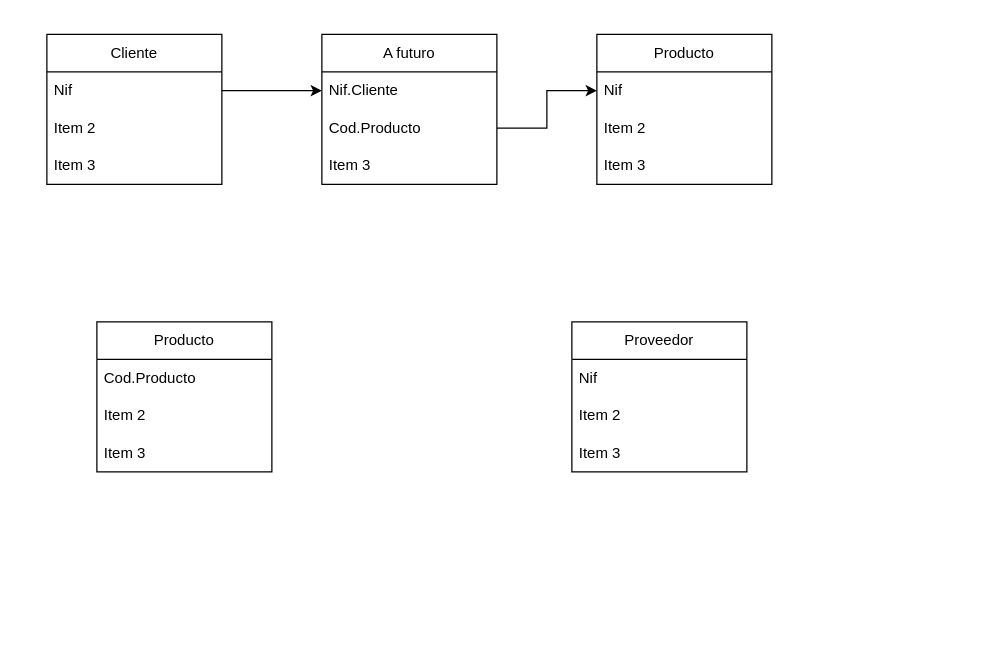
aaronalvrod/base-de-datos keeps this draw.io diagram as base de datos/Diagrama sin título.drawio. Above is the earlier version. Source tidied: cells renumbered, new cells numbered last; positions are measured from the earlier drawing's top-left corner, leaving out a move shared by most shapes. Both pictures are drawn from the tidied source at 125%, with x=0, y=0 at pixel (46, 34).
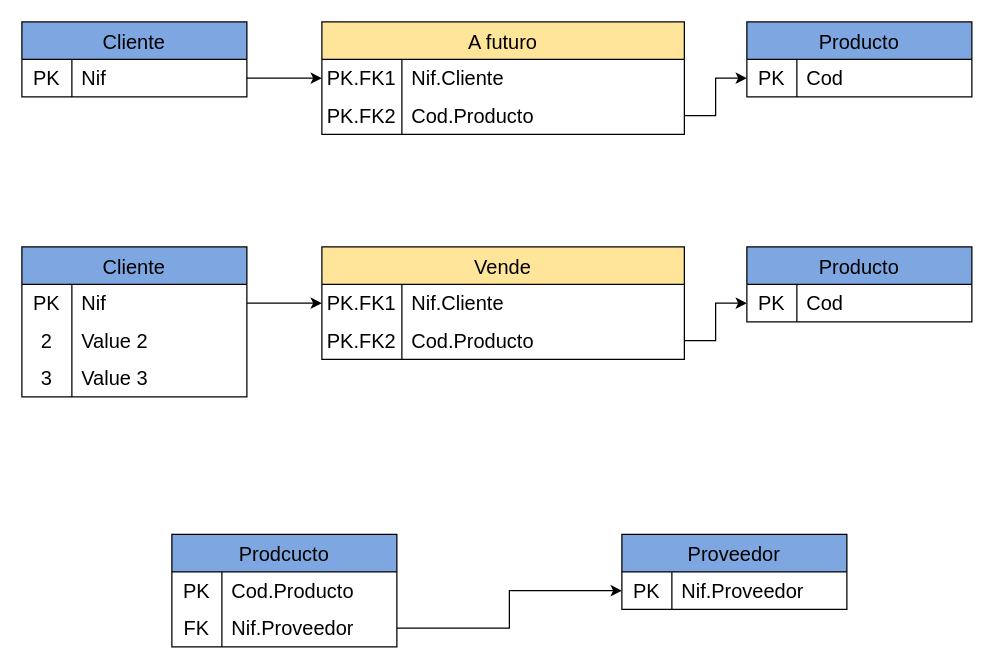
After the change.

Commit message:
Ej_empresa_comrpa_venta

What changed in the source:
```diff
@@
-    <mxCell id="2" value="Cliente" style="swimlane;fontStyle=0;horizontal=1;startSize=30;whiteSpace=wrap;html=1;" parent="1" vertex="1">
-      <mxGeometry width="140" height="120" as="geometry" />
-    </mxCell>
-    <mxCell id="3" value="Nif" style="text;strokeColor=none;fillColor=none;align=left;verticalAlign=middle;spacingLeft=4;spacingRight=4;overflow=hidden;points=[[0,0.5],[1,0.5]];portConstraint=eastwest;whiteSpace=wrap;html=1;" parent="2" vertex="1">
-      <mxGeometry y="30" width="140" height="30" as="geometry" />
-    </mxCell>
-    <mxCell id="4" value="Item 2" style="text;strokeColor=none;fillColor=none;align=left;verticalAlign=middle;spacingLeft=4;spacingRight=4;overflow=hidden;whiteSpace=wrap;html=1;" parent="2" vertex="1">
-      <mxGeometry y="60" width="140" height="30" as="geometry" />
-    </mxCell>
-    <mxCell id="5" value="Item 3" style="text;strokeColor=none;fillColor=none;align=left;verticalAlign=middle;spacingLeft=4;spacingRight=4;overflow=hidden;whiteSpace=wrap;html=1;" parent="2" vertex="1">
-      <mxGeometry y="90" width="140" height="30" as="geometry" />
-    </mxCell>
-    <mxCell id="6" value="Producto" style="swimlane;fontStyle=0;horizontal=1;startSize=30;whiteSpace=wrap;html=1;" parent="1" vertex="1">
-      <mxGeometry x="440" width="140" height="120" as="geometry" />
-    </mxCell>
-    <mxCell id="7" value="Nif" style="text;strokeColor=none;fillColor=none;align=left;verticalAlign=middle;spacingLeft=4;spacingRight=4;overflow=hidden;points=[[0,0.5],[1,0.5]];portConstraint=eastwest;whiteSpace=wrap;html=1;" parent="6" vertex="1">
-      <mxGeometry y="30" width="140" height="30" as="geometry" />
-    </mxCell>
-    <mxCell id="8" value="Item 2" style="text;strokeColor=none;fillColor=none;align=left;verticalAlign=middle;spacingLeft=4;spacingRight=4;overflow=hidden;whiteSpace=wrap;html=1;" parent="6" vertex="1">
-      <mxGeometry y="60" width="140" height="30" as="geometry" />
-    </mxCell>
-    <mxCell id="9" value="Item 3" style="text;strokeColor=none;fillColor=none;align=left;verticalAlign=middle;spacingLeft=4;spacingRight=4;overflow=hidden;whiteSpace=wrap;html=1;" parent="6" vertex="1">
-      <mxGeometry y="90" width="140" height="30" as="geometry" />
-    </mxCell>
+    <mxCell id="24" value="Cliente" style="shape=table;startSize=30;childLayout=tableLayout;rowLines=0;fontStyle=0;strokeColor=default;fontSize=16;fillColor=#7EA6E0;" parent="1" vertex="1">
+      <mxGeometry x="-20" y="-10" width="180" height="60" as="geometry" />
+    </mxCell>
+    <mxCell id="25" style="shape=tableRow;horizontal=0;startSize=0;swimlaneHead=0;swimlaneBody=0;top=0;left=0;bottom=0;right=0;fillColor=none;points=[[0,0.5],[1,0.5]];portConstraint=eastwest;strokeColor=inherit;fontSize=16;" parent="24" vertex="1">
+      <mxGeometry y="30" width="180" height="30" as="geometry" />
+    </mxCell>
+    <mxCell id="26" value="PK" style="shape=partialRectangle;html=1;whiteSpace=wrap;fillColor=none;top=0;left=0;bottom=0;right=0;overflow=hidden;strokeColor=inherit;fontSize=16;" parent="25" vertex="1">
+      <mxGeometry width="40" height="30" as="geometry" />
+    </mxCell>
+    <mxCell id="27" value="Nif" style="shape=partialRectangle;html=1;whiteSpace=wrap;fillColor=none;top=0;left=0;bottom=0;right=0;align=left;spacingLeft=6;overflow=hidden;strokeColor=inherit;fontSize=16;" parent="25" vertex="1">
+      <mxGeometry x="40" width="140" height="30" as="geometry" />
+    </mxCell>
-    <mxCell id="10" value="A futuro" style="swimlane;fontStyle=0;horizontal=1;startSize=30;whiteSpace=wrap;html=1;" parent="1" vertex="1">
-      <mxGeometry x="220" width="140" height="120" as="geometry" />
+    <mxCell id="10" value="A futuro" style="shape=table;startSize=30;childLayout=tableLayout;rowLines=0;fontStyle=0;strokeColor=default;fontSize=16;fillColor=#FFE599;" parent="1" vertex="1">
+      <mxGeometry x="220" y="-10" width="290" height="90" as="geometry" />
     </mxCell>
-    <mxCell id="11" value="Nif.Cliente" style="text;strokeColor=none;fillColor=none;align=left;verticalAlign=middle;spacingLeft=4;spacingRight=4;overflow=hidden;points=[[0,0.5],[1,0.5]];portConstraint=eastwest;whiteSpace=wrap;html=1;" parent="10" vertex="1">
-      <mxGeometry y="30" width="140" height="30" as="geometry" />
-    </mxCell>
-    <mxCell id="12" value="Cod.Producto" style="text;strokeColor=none;fillColor=none;align=left;verticalAlign=middle;spacingLeft=4;spacingRight=4;overflow=hidden;points=[[0,0.5],[1,0.5]];portConstraint=eastwest;whiteSpace=wrap;html=1;" parent="10" vertex="1">
-      <mxGeometry y="60" width="140" height="30" as="geometry" />
-    </mxCell>
-    <mxCell id="13" value="Item 3" style="text;strokeColor=none;fillColor=none;align=left;verticalAlign=middle;spacingLeft=4;spacingRight=4;overflow=hidden;whiteSpace=wrap;html=1;" parent="10" vertex="1">
-      <mxGeometry y="90" width="140" height="30" as="geometry" />
-    </mxCell>
-    <mxCell id="14" style="edgeStyle=orthogonalEdgeStyle;rounded=0;jettySize=auto;html=1;exitX=1;exitY=0.5;exitDx=0;exitDy=0;entryX=0;entryY=0.5;entryDx=0;entryDy=0;" parent="1" edge="1" source="3" target="11">
-      <mxGeometry relative="1" as="geometry" />
-    </mxCell>
-    <mxCell id="15" style="edgeStyle=orthogonalEdgeStyle;rounded=0;jettySize=auto;html=1;exitX=1;exitY=0.5;exitDx=0;exitDy=0;entryX=0;entryY=0.5;entryDx=0;entryDy=0;" parent="1" edge="1" source="12" target="7">
-      <mxGeometry relative="1" as="geometry" />
-    </mxCell>
-    <mxCell id="16" value="Producto" style="swimlane;fontStyle=0;horizontal=1;startSize=30;whiteSpace=wrap;html=1;" parent="1" vertex="1">
-      <mxGeometry x="40" y="230" width="140" height="120" as="geometry" />
-    </mxCell>
-    <mxCell id="17" value="Cod.Producto" style="text;strokeColor=none;fillColor=none;align=left;verticalAlign=middle;spacingLeft=4;spacingRight=4;overflow=hidden;whiteSpace=wrap;html=1;" parent="16" vertex="1">
-      <mxGeometry y="30" width="140" height="30" as="geometry" />
-    </mxCell>
-    <mxCell id="18" value="Item 2" style="text;strokeColor=none;fillColor=none;align=left;verticalAlign=middle;spacingLeft=4;spacingRight=4;overflow=hidden;whiteSpace=wrap;html=1;" parent="16" vertex="1">
-      <mxGeometry y="60" width="140" height="30" as="geometry" />
-    </mxCell>
-    <mxCell id="19" value="Item 3" style="text;strokeColor=none;fillColor=none;align=left;verticalAlign=middle;spacingLeft=4;spacingRight=4;overflow=hidden;whiteSpace=wrap;html=1;" parent="16" vertex="1">
-      <mxGeometry y="90" width="140" height="30" as="geometry" />
-    </mxCell>
+    <mxCell id="28" style="shape=tableRow;horizontal=0;startSize=0;swimlaneHead=0;swimlaneBody=0;top=0;left=0;bottom=0;right=0;fillColor=none;points=[[0,0.5],[1,0.5]];portConstraint=eastwest;strokeColor=inherit;fontSize=16;" parent="10" vertex="1">
+      <mxGeometry y="30" width="290" height="30" as="geometry" />
+    </mxCell>
+    <mxCell id="29" value="PK.FK1" style="shape=partialRectangle;html=1;whiteSpace=wrap;fillColor=none;top=0;left=0;bottom=0;right=0;overflow=hidden;strokeColor=inherit;fontSize=16;" parent="28" vertex="1">
+      <mxGeometry width="64" height="30" as="geometry" />
+    </mxCell>
+    <mxCell id="30" value="Nif.Cliente" style="shape=partialRectangle;html=1;whiteSpace=wrap;fillColor=none;top=0;left=0;bottom=0;right=0;align=left;spacingLeft=6;overflow=hidden;strokeColor=inherit;fontSize=16;" parent="28" vertex="1">
+      <mxGeometry x="64" width="226" height="30" as="geometry" />
+    </mxCell>
+    <mxCell id="31" style="shape=tableRow;horizontal=0;startSize=0;swimlaneHead=0;swimlaneBody=0;top=0;left=0;bottom=0;right=0;fillColor=none;points=[[0,0.5],[1,0.5]];portConstraint=eastwest;strokeColor=inherit;fontSize=16;" parent="10" vertex="1">
+      <mxGeometry y="60" width="290" height="30" as="geometry" />
+    </mxCell>
+    <mxCell id="32" value="PK.FK2" style="shape=partialRectangle;html=1;whiteSpace=wrap;fillColor=none;top=0;left=0;bottom=0;right=0;overflow=hidden;strokeColor=inherit;fontSize=16;" parent="31" vertex="1">
+      <mxGeometry width="64" height="30" as="geometry" />
+    </mxCell>
+    <mxCell id="33" value="Cod.Producto" style="shape=partialRectangle;html=1;whiteSpace=wrap;fillColor=none;top=0;left=0;bottom=0;right=0;align=left;spacingLeft=6;overflow=hidden;strokeColor=inherit;fontSize=16;" parent="31" vertex="1">
+      <mxGeometry x="64" width="226" height="30" as="geometry" />
+    </mxCell>
+    <mxCell id="34" value="Producto" style="shape=table;startSize=30;childLayout=tableLayout;rowLines=0;fontStyle=0;strokeColor=default;fontSize=16;fillColor=#7EA6E0;" parent="1" vertex="1">
+      <mxGeometry x="560" y="-10" width="180" height="60" as="geometry" />
+    </mxCell>
+    <mxCell id="35" style="shape=tableRow;horizontal=0;startSize=0;swimlaneHead=0;swimlaneBody=0;top=0;left=0;bottom=0;right=0;fillColor=none;points=[[0,0.5],[1,0.5]];portConstraint=eastwest;strokeColor=inherit;fontSize=16;" parent="34" vertex="1">
+      <mxGeometry y="30" width="180" height="30" as="geometry" />
+    </mxCell>
+    <mxCell id="36" value="PK" style="shape=partialRectangle;html=1;whiteSpace=wrap;fillColor=none;top=0;left=0;bottom=0;right=0;overflow=hidden;strokeColor=inherit;fontSize=16;" parent="35" vertex="1">
+      <mxGeometry width="40" height="30" as="geometry" />
+    </mxCell>
+    <mxCell id="37" value="Cod" style="shape=partialRectangle;html=1;whiteSpace=wrap;fillColor=none;top=0;left=0;bottom=0;right=0;align=left;spacingLeft=6;overflow=hidden;strokeColor=inherit;fontSize=16;" parent="35" vertex="1">
+      <mxGeometry x="40" width="140" height="30" as="geometry" />
+    </mxCell>
+    <mxCell id="38" style="edgeStyle=orthogonalEdgeStyle;rounded=0;jettySize=auto;html=1;exitX=1;exitY=0.5;exitDx=0;exitDy=0;entryX=0;entryY=0.5;entryDx=0;entryDy=0;" parent="1" edge="1" source="25" target="28">
+      <mxGeometry relative="1" as="geometry" />
+    </mxCell>
+    <mxCell id="39" style="edgeStyle=orthogonalEdgeStyle;rounded=0;jettySize=auto;html=1;exitX=1;exitY=0.5;exitDx=0;exitDy=0;entryX=0;entryY=0.5;entryDx=0;entryDy=0;" parent="1" edge="1" source="31" target="35">
+      <mxGeometry relative="1" as="geometry" />
+    </mxCell>
+    <mxCell id="40" value="Cliente" style="shape=table;startSize=30;childLayout=tableLayout;rowLines=0;fontStyle=0;strokeColor=default;fontSize=16;fillColor=#7EA6E0;" parent="1" vertex="1">
+      <mxGeometry x="-20" y="170" width="180" height="120" as="geometry" />
+    </mxCell>
+    <mxCell id="41" style="shape=tableRow;horizontal=0;startSize=0;swimlaneHead=0;swimlaneBody=0;top=0;left=0;bottom=0;right=0;fillColor=none;points=[[0,0.5],[1,0.5]];portConstraint=eastwest;strokeColor=inherit;fontSize=16;" parent="40" vertex="1">
+      <mxGeometry y="30" width="180" height="30" as="geometry" />
+    </mxCell>
+    <mxCell id="42" value="PK" style="shape=partialRectangle;html=1;whiteSpace=wrap;fillColor=none;top=0;left=0;bottom=0;right=0;overflow=hidden;strokeColor=inherit;fontSize=16;" parent="41" vertex="1">
+      <mxGeometry width="40" height="30" as="geometry" />
+    </mxCell>
+    <mxCell id="43" value="Nif" style="shape=partialRectangle;html=1;whiteSpace=wrap;fillColor=none;top=0;left=0;bottom=0;right=0;align=left;spacingLeft=6;overflow=hidden;strokeColor=inherit;fontSize=16;" parent="41" vertex="1">
+      <mxGeometry x="40" width="140" height="30" as="geometry" />
+    </mxCell>
+    <mxCell id="44" style="shape=tableRow;horizontal=0;startSize=0;swimlaneHead=0;swimlaneBody=0;top=0;left=0;bottom=0;right=0;fillColor=none;strokeColor=inherit;fontSize=16;" parent="40" vertex="1">
+      <mxGeometry y="60" width="180" height="30" as="geometry" />
+    </mxCell>
+    <mxCell id="45" value="2" style="shape=partialRectangle;html=1;whiteSpace=wrap;fillColor=none;top=0;left=0;bottom=0;right=0;overflow=hidden;strokeColor=inherit;fontSize=16;" parent="44" vertex="1">
+      <mxGeometry width="40" height="30" as="geometry" />
+    </mxCell>
+    <mxCell id="46" value="Value 2" style="shape=partialRectangle;html=1;whiteSpace=wrap;fillColor=none;top=0;left=0;bottom=0;right=0;align=left;spacingLeft=6;overflow=hidden;strokeColor=inherit;fontSize=16;" parent="44" vertex="1">
+      <mxGeometry x="40" width="140" height="30" as="geometry" />
+    </mxCell>
+    <mxCell id="47" style="shape=tableRow;horizontal=0;startSize=0;swimlaneHead=0;swimlaneBody=0;top=0;left=0;bottom=0;right=0;fillColor=none;strokeColor=inherit;fontSize=16;" parent="40" vertex="1">
+      <mxGeometry y="90" width="180" height="30" as="geometry" />
+    </mxCell>
+    <mxCell id="48" value="3" style="shape=partialRectangle;html=1;whiteSpace=wrap;fillColor=none;top=0;left=0;bottom=0;right=0;overflow=hidden;strokeColor=inherit;fontSize=16;" parent="47" vertex="1">
+      <mxGeometry width="40" height="30" as="geometry" />
+    </mxCell>
+    <mxCell id="49" value="Value 3" style="shape=partialRectangle;html=1;whiteSpace=wrap;fillColor=none;top=0;left=0;bottom=0;right=0;align=left;spacingLeft=6;overflow=hidden;strokeColor=inherit;fontSize=16;" parent="47" vertex="1">
+      <mxGeometry x="40" width="140" height="30" as="geometry" />
+    </mxCell>
+    <mxCell id="50" value="Vende" style="shape=table;startSize=30;childLayout=tableLayout;rowLines=0;fontStyle=0;strokeColor=default;fontSize=16;fillColor=#FFE599;" parent="1" vertex="1">
+      <mxGeometry x="220" y="170" width="290" height="90" as="geometry" />
+    </mxCell>
+    <mxCell id="51" style="shape=tableRow;horizontal=0;startSize=0;swimlaneHead=0;swimlaneBody=0;top=0;left=0;bottom=0;right=0;fillColor=none;points=[[0,0.5],[1,0.5]];portConstraint=eastwest;strokeColor=inherit;fontSize=16;" parent="50" vertex="1">
+      <mxGeometry y="30" width="290" height="30" as="geometry" />
+    </mxCell>
+    <mxCell id="52" value="PK.FK1" style="shape=partialRectangle;html=1;whiteSpace=wrap;fillColor=none;top=0;left=0;bottom=0;right=0;overflow=hidden;strokeColor=inherit;fontSize=16;" parent="51" vertex="1">
+      <mxGeometry width="64" height="30" as="geometry" />
+    </mxCell>
+    <mxCell id="53" value="Nif.Cliente" style="shape=partialRectangle;html=1;whiteSpace=wrap;fillColor=none;top=0;left=0;bottom=0;right=0;align=left;spacingLeft=6;overflow=hidden;strokeColor=inherit;fontSize=16;" parent="51" vertex="1">
+      <mxGeometry x="64" width="226" height="30" as="geometry" />
+    </mxCell>
+    <mxCell id="54" style="shape=tableRow;horizontal=0;startSize=0;swimlaneHead=0;swimlaneBody=0;top=0;left=0;bottom=0;right=0;fillColor=none;points=[[0,0.5],[1,0.5]];portConstraint=eastwest;strokeColor=inherit;fontSize=16;" parent="50" vertex="1">
+      <mxGeometry y="60" width="290" height="30" as="geometry" />
+    </mxCell>
+    <mxCell id="55" value="PK.FK2" style="shape=partialRectangle;html=1;whiteSpace=wrap;fillColor=none;top=0;left=0;bottom=0;right=0;overflow=hidden;strokeColor=inherit;fontSize=16;" parent="54" vertex="1">
+      <mxGeometry width="64" height="30" as="geometry" />
+    </mxCell>
+    <mxCell id="56" value="Cod.Producto" style="shape=partialRectangle;html=1;whiteSpace=wrap;fillColor=none;top=0;left=0;bottom=0;right=0;align=left;spacingLeft=6;overflow=hidden;strokeColor=inherit;fontSize=16;" parent="54" vertex="1">
+      <mxGeometry x="64" width="226" height="30" as="geometry" />
+    </mxCell>
+    <mxCell id="57" value="Producto" style="shape=table;startSize=30;childLayout=tableLayout;rowLines=0;fontStyle=0;strokeColor=default;fontSize=16;fillColor=#7EA6E0;" parent="1" vertex="1">
+      <mxGeometry x="560" y="170" width="180" height="60" as="geometry" />
+    </mxCell>
+    <mxCell id="58" style="shape=tableRow;horizontal=0;startSize=0;swimlaneHead=0;swimlaneBody=0;top=0;left=0;bottom=0;right=0;fillColor=none;points=[[0,0.5],[1,0.5]];portConstraint=eastwest;strokeColor=inherit;fontSize=16;" parent="57" vertex="1">
+      <mxGeometry y="30" width="180" height="30" as="geometry" />
+    </mxCell>
+    <mxCell id="59" value="PK" style="shape=partialRectangle;html=1;whiteSpace=wrap;fillColor=none;top=0;left=0;bottom=0;right=0;overflow=hidden;strokeColor=inherit;fontSize=16;" parent="58" vertex="1">
+      <mxGeometry width="40" height="30" as="geometry" />
+    </mxCell>
+    <mxCell id="60" value="Cod" style="shape=partialRectangle;html=1;whiteSpace=wrap;fillColor=none;top=0;left=0;bottom=0;right=0;align=left;spacingLeft=6;overflow=hidden;strokeColor=inherit;fontSize=16;" parent="58" vertex="1">
+      <mxGeometry x="40" width="140" height="30" as="geometry" />
+    </mxCell>
+    <mxCell id="61" style="edgeStyle=orthogonalEdgeStyle;rounded=0;jettySize=auto;html=1;exitX=1;exitY=0.5;exitDx=0;exitDy=0;entryX=0;entryY=0.5;entryDx=0;entryDy=0;" parent="1" edge="1" source="54" target="58">
+      <mxGeometry relative="1" as="geometry" />
+    </mxCell>
+    <mxCell id="62" style="edgeStyle=orthogonalEdgeStyle;rounded=0;jettySize=auto;html=1;exitX=1;exitY=0.5;exitDx=0;exitDy=0;entryX=0;entryY=0.5;entryDx=0;entryDy=0;" parent="1" edge="1" source="41" target="51">
+      <mxGeometry relative="1" as="geometry" />
+    </mxCell>
+    <mxCell id="63" value="Prodcucto" style="shape=table;startSize=30;childLayout=tableLayout;rowLines=0;fontStyle=0;strokeColor=default;fontSize=16;fillColor=#7EA6E0;" parent="1" vertex="1">
+      <mxGeometry x="100" y="400" width="180" height="90" as="geometry" />
+    </mxCell>
+    <mxCell id="64" style="shape=tableRow;horizontal=0;startSize=0;swimlaneHead=0;swimlaneBody=0;top=0;left=0;bottom=0;right=0;fillColor=none;strokeColor=inherit;fontSize=16;" parent="63" vertex="1">
+      <mxGeometry y="30" width="180" height="30" as="geometry" />
+    </mxCell>
+    <mxCell id="65" value="PK" style="shape=partialRectangle;html=1;whiteSpace=wrap;fillColor=none;top=0;left=0;bottom=0;right=0;overflow=hidden;strokeColor=inherit;fontSize=16;" parent="64" vertex="1">
+      <mxGeometry width="40" height="30" as="geometry" />
+    </mxCell>
+    <mxCell id="66" value="Cod.Producto" style="shape=partialRectangle;html=1;whiteSpace=wrap;fillColor=none;top=0;left=0;bottom=0;right=0;align=left;spacingLeft=6;overflow=hidden;strokeColor=inherit;fontSize=16;" parent="64" vertex="1">
+      <mxGeometry x="40" width="140" height="30" as="geometry" />
+    </mxCell>
+    <mxCell id="67" style="shape=tableRow;horizontal=0;startSize=0;swimlaneHead=0;swimlaneBody=0;top=0;left=0;bottom=0;right=0;fillColor=none;points=[[0,0.5],[1,0.5]];portConstraint=eastwest;strokeColor=inherit;fontSize=16;" parent="63" vertex="1">
+      <mxGeometry y="60" width="180" height="30" as="geometry" />
+    </mxCell>
+    <mxCell id="68" value="FK" style="shape=partialRectangle;html=1;whiteSpace=wrap;fillColor=none;top=0;left=0;bottom=0;right=0;overflow=hidden;strokeColor=inherit;fontSize=16;" parent="67" vertex="1">
+      <mxGeometry width="40" height="30" as="geometry" />
+    </mxCell>
+    <mxCell id="69" value="Nif.Proveedor" style="shape=partialRectangle;html=1;whiteSpace=wrap;fillColor=none;top=0;left=0;bottom=0;right=0;align=left;spacingLeft=6;overflow=hidden;strokeColor=inherit;fontSize=16;" parent="67" vertex="1">
+      <mxGeometry x="40" width="140" height="30" as="geometry" />
+    </mxCell>
-    <mxCell id="20" value="Proveedor" style="swimlane;fontStyle=0;horizontal=1;startSize=30;whiteSpace=wrap;html=1;" parent="1" vertex="1">
-      <mxGeometry x="420" y="230" width="140" height="120" as="geometry" />
+    <mxCell id="20" value="Proveedor" style="shape=table;startSize=30;childLayout=tableLayout;rowLines=0;fontStyle=0;strokeColor=default;fontSize=16;fillColor=#7EA6E0;" parent="1" vertex="1">
+      <mxGeometry x="460" y="400" width="180" height="60" as="geometry" />
     </mxCell>
-    <mxCell id="21" value="Nif" style="text;strokeColor=none;fillColor=none;align=left;verticalAlign=middle;spacingLeft=4;spacingRight=4;overflow=hidden;whiteSpace=wrap;html=1;" parent="20" vertex="1">
-      <mxGeometry y="30" width="140" height="30" as="geometry" />
-    </mxCell>
-    <mxCell id="22" value="Item 2" style="text;strokeColor=none;fillColor=none;align=left;verticalAlign=middle;spacingLeft=4;spacingRight=4;overflow=hidden;whiteSpace=wrap;html=1;" parent="20" vertex="1">
-      <mxGeometry y="60" width="140" height="30" as="geometry" />
-    </mxCell>
-    <mxCell id="23" value="Item 3" style="text;strokeColor=none;fillColor=none;align=left;verticalAlign=middle;spacingLeft=4;spacingRight=4;overflow=hidden;whiteSpace=wrap;html=1;" parent="20" vertex="1">
-      <mxGeometry y="90" width="140" height="30" as="geometry" />
-    </mxCell>
+    <mxCell id="70" style="shape=tableRow;horizontal=0;startSize=0;swimlaneHead=0;swimlaneBody=0;top=0;left=0;bottom=0;right=0;fillColor=none;points=[[0,0.5],[1,0.5]];portConstraint=eastwest;strokeColor=inherit;fontSize=16;" parent="20" vertex="1">
+      <mxGeometry y="30" width="180" height="30" as="geometry" />
+    </mxCell>
+    <mxCell id="71" value="PK" style="shape=partialRectangle;html=1;whiteSpace=wrap;fillColor=none;top=0;left=0;bottom=0;right=0;overflow=hidden;strokeColor=inherit;fontSize=16;" parent="70" vertex="1">
+      <mxGeometry width="40" height="30" as="geometry" />
+    </mxCell>
+    <mxCell id="72" value="Nif.Proveedor" style="shape=partialRectangle;html=1;whiteSpace=wrap;fillColor=none;top=0;left=0;bottom=0;right=0;align=left;spacingLeft=6;overflow=hidden;strokeColor=inherit;fontSize=16;" parent="70" vertex="1">
+      <mxGeometry x="40" width="140" height="30" as="geometry" />
+    </mxCell>
+    <mxCell id="73" style="edgeStyle=orthogonalEdgeStyle;rounded=0;jettySize=auto;html=1;exitX=1;exitY=0.5;exitDx=0;exitDy=0;entryX=0;entryY=0.5;entryDx=0;entryDy=0;" parent="1" edge="1" source="67" target="70">
+      <mxGeometry relative="1" as="geometry" />
+    </mxCell>
```
